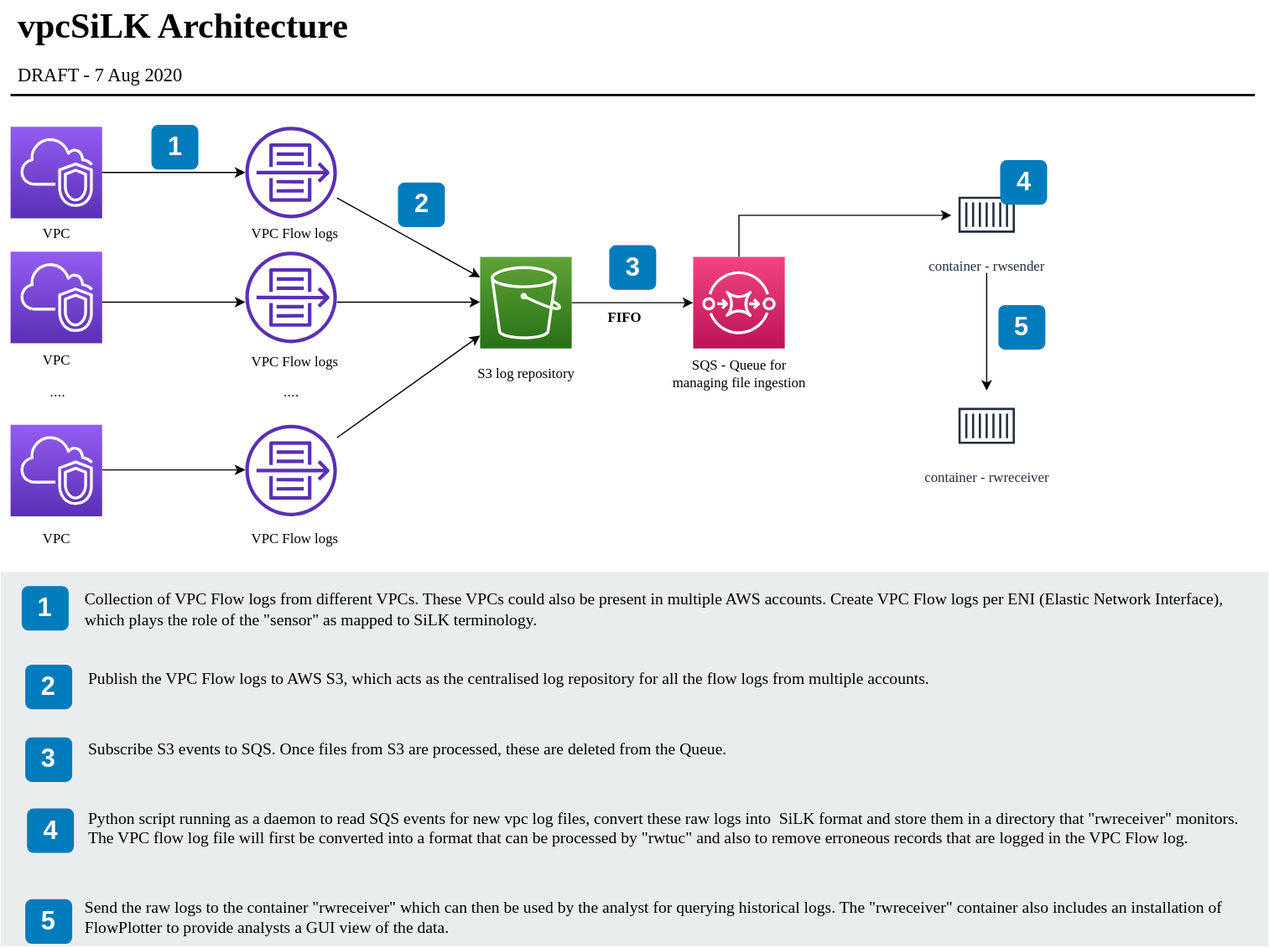
The draw.io diagram images/vSiLK architecture.svg in ballaswetha/silk-vpc, before a commit. Source tidied: cells renumbered, new cells last; positions are measured from the earlier drawing's top-left corner, leaving out a move shared by most shapes.
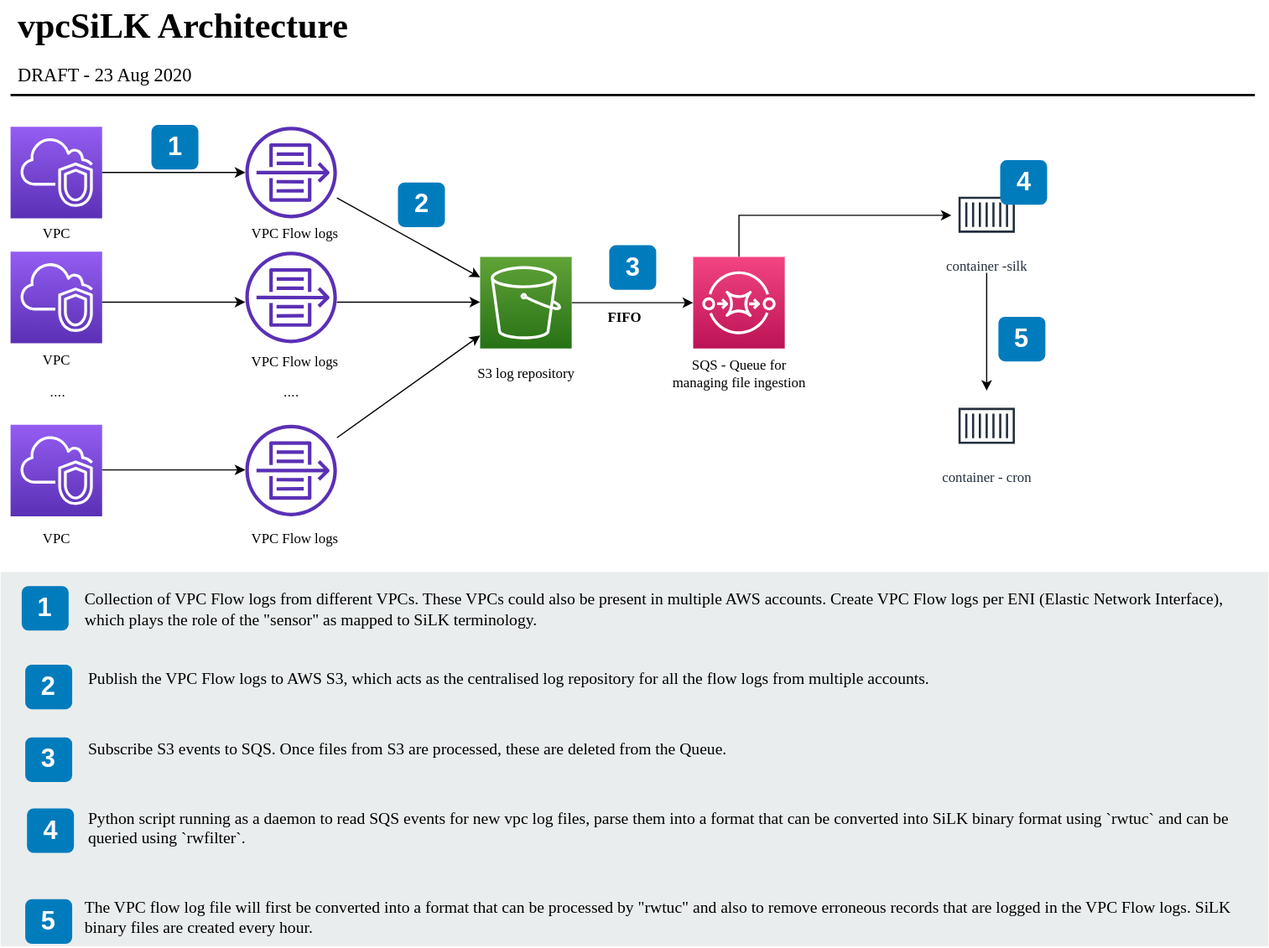
Later version of the same file.

The edit, as a diff of the source:
```diff
@@ -5,8 +5,8 @@
     <mxCell id="2" value="&lt;font face=&quot;Garamond&quot;&gt;vpcSiLK Architecture&lt;/font&gt;" style="text;html=1;align=left;verticalAlign=top;spacingTop=-4;fontSize=30;fontStyle=1;" parent="1" vertex="1">
       <mxGeometry x="12.5" y="0.5" width="380" height="40" as="geometry" />
     </mxCell>
-    <mxCell id="3" value="DRAFT - 7 Aug 2020" style="text;html=1;align=left;verticalAlign=top;spacingTop=-4;fontSize=16;fontFamily=Garamond;" parent="1" vertex="1">
-      <mxGeometry x="12.5" y="50.5" width="180" height="20" as="geometry" />
+    <mxCell id="3" value="DRAFT - 23 Aug 2020" style="text;html=1;align=left;verticalAlign=top;spacingTop=-4;fontSize=16;fontFamily=Garamond;" parent="1" vertex="1">
+      <mxGeometry x="12.5" y="50.5" width="160" height="20" as="geometry" />
     </mxCell>
     <mxCell id="4" style="line;strokeWidth=2;html=1;fontSize=14;" parent="1" vertex="1">
       <mxGeometry x="8.5" y="75.5" width="1060" height="10" as="geometry" />
@@ -35,10 +35,10 @@
     <mxCell id="12" style="outlineConnect=0;fontColor=#232F3E;gradientColor=#60A337;gradientDirection=north;fillColor=#277116;strokeColor=#ffffff;dashed=0;verticalLabelPosition=bottom;verticalAlign=top;align=center;html=1;fontSize=12;fontStyle=0;shape=mxgraph.aws4.resourceIcon;resIcon=mxgraph.aws4.s3;" parent="1" vertex="1">
       <mxGeometry x="408.5" y="218.5" width="78" height="78" as="geometry" />
     </mxCell>
-    <mxCell id="13" value="&lt;font face=&quot;Garamond&quot;&gt;container - rwsender&lt;/font&gt;" style="outlineConnect=0;fontColor=#232F3E;gradientColor=none;strokeColor=#232F3E;fillColor=#ffffff;dashed=0;verticalLabelPosition=bottom;verticalAlign=top;align=center;html=1;fontSize=12;fontStyle=0;shape=mxgraph.aws4.resourceIcon;resIcon=mxgraph.aws4.container_1;" parent="1" vertex="1">
+    <mxCell id="13" value="&lt;font face=&quot;Garamond&quot;&gt;container -silk&lt;/font&gt;" style="outlineConnect=0;fontColor=#232F3E;gradientColor=none;strokeColor=#232F3E;fillColor=#ffffff;dashed=0;verticalLabelPosition=bottom;verticalAlign=top;align=center;html=1;fontSize=12;fontStyle=0;shape=mxgraph.aws4.resourceIcon;resIcon=mxgraph.aws4.container_1;" parent="1" vertex="1">
       <mxGeometry x="810" y="152.5" width="60" height="60" as="geometry" />
     </mxCell>
-    <mxCell id="14" value="&lt;font face=&quot;Garamond&quot;&gt;container - rwreceiver&lt;/font&gt;" style="outlineConnect=0;fontColor=#232F3E;gradientColor=none;strokeColor=#232F3E;fillColor=#ffffff;dashed=0;verticalLabelPosition=bottom;verticalAlign=top;align=center;html=1;fontSize=12;fontStyle=0;shape=mxgraph.aws4.resourceIcon;resIcon=mxgraph.aws4.container_1;" parent="1" vertex="1">
+    <mxCell id="14" value="&lt;font face=&quot;Garamond&quot;&gt;container - cron&lt;/font&gt;" style="outlineConnect=0;fontColor=#232F3E;gradientColor=none;strokeColor=#232F3E;fillColor=#ffffff;dashed=0;verticalLabelPosition=bottom;verticalAlign=top;align=center;html=1;fontSize=12;fontStyle=0;shape=mxgraph.aws4.resourceIcon;resIcon=mxgraph.aws4.container_1;" parent="1" vertex="1">
       <mxGeometry x="810" y="332.5" width="60" height="60" as="geometry" />
     </mxCell>
     <mxCell id="15" value="1" style="rounded=1;whiteSpace=wrap;html=1;fillColor=#007CBD;strokeColor=none;fontColor=#FFFFFF;fontStyle=1;fontSize=22;labelBackgroundColor=none;" parent="1" vertex="1">
@@ -136,17 +136,17 @@
     <mxCell id="42" value="&lt;font face=&quot;Garamond&quot;&gt;Subscribe S3 events to SQS. Once files from S3 are processed, these are deleted from the Queue.&lt;br&gt;&lt;/font&gt;" style="text;html=1;align=left;verticalAlign=top;spacingTop=-4;fontSize=14;labelBackgroundColor=none;whiteSpace=wrap;" parent="1" vertex="1">
       <mxGeometry x="73" y="626.5" width="981.5" height="39.5" as="geometry" />
     </mxCell>
-    <mxCell id="43" value="&lt;span&gt;Send the raw logs to the container &quot;rwreceiver&quot; which can then be used by the analyst for querying historical logs. The &quot;rwreceiver&quot; container also includes an installation of FlowPlotter to provide analysts a GUI view of the data. &lt;/span&gt;" style="text;html=1;align=left;verticalAlign=top;spacingTop=-4;fontSize=14;labelBackgroundColor=none;whiteSpace=wrap;fontFamily=Garamond;" parent="1" vertex="1">
+    <mxCell id="43" value="The VPC flow log file will first be converted into a format that can be processed by &quot;rwtuc&quot; and also to remove erroneous records that are logged in the VPC Flow logs. SiLK binary files are created every hour." style="text;html=1;align=left;verticalAlign=top;spacingTop=-4;fontSize=14;labelBackgroundColor=none;whiteSpace=wrap;fontFamily=Garamond;" parent="1" vertex="1">
       <mxGeometry x="69.5" y="762.5" width="981.5" height="45" as="geometry" />
     </mxCell>
     <mxCell id="44" value="5" style="rounded=1;whiteSpace=wrap;html=1;fillColor=#007CBD;strokeColor=none;fontColor=#FFFFFF;fontStyle=1;fontSize=22;labelBackgroundColor=none;" parent="1" vertex="1">
       <mxGeometry x="21" y="766" width="40" height="38" as="geometry" />
     </mxCell>
-    <mxCell id="45" value="Python script running as a daemon to read SQS events for new vpc log files, convert these raw logs into&amp;nbsp; SiLK format and store them in a directory that &quot;rwreceiver&quot; monitors. &lt;font face=&quot;Garamond&quot;&gt;The VPC flow log file will first be converted into a format that can be processed by &quot;rwtuc&quot; and also to remove erroneous records that are logged in the VPC Flow log. &lt;/font&gt;" style="text;html=1;align=left;verticalAlign=top;spacingTop=-4;fontSize=14;labelBackgroundColor=none;whiteSpace=wrap;fontFamily=Garamond;" parent="1" vertex="1">
+    <mxCell id="45" value="Python script running as a daemon to read SQS events for new vpc log files, parse them into a format that can be converted into SiLK binary format using `rwtuc` and can be queried using `rwfilter`." style="text;html=1;align=left;verticalAlign=top;spacingTop=-4;fontSize=14;labelBackgroundColor=none;whiteSpace=wrap;fontFamily=Garamond;" parent="1" vertex="1">
       <mxGeometry x="73" y="686.5" width="981.5" height="45" as="geometry" />
     </mxCell>
     <mxCell id="46" value="5" style="rounded=1;whiteSpace=wrap;html=1;fillColor=#007CBD;strokeColor=none;fontColor=#FFFFFF;fontStyle=1;fontSize=22;labelBackgroundColor=none;" parent="1" vertex="1">
-      <mxGeometry x="850" y="259.5" width="40" height="38" as="geometry" />
+      <mxGeometry x="850" y="269.5" width="40" height="38" as="geometry" />
     </mxCell>
     <mxCell id="47" style="edgeStyle=orthogonalEdgeStyle;rounded=0;jettySize=auto;html=1;" parent="1" edge="1" source="48" target="13">
       <mxGeometry relative="1" as="geometry">
```
